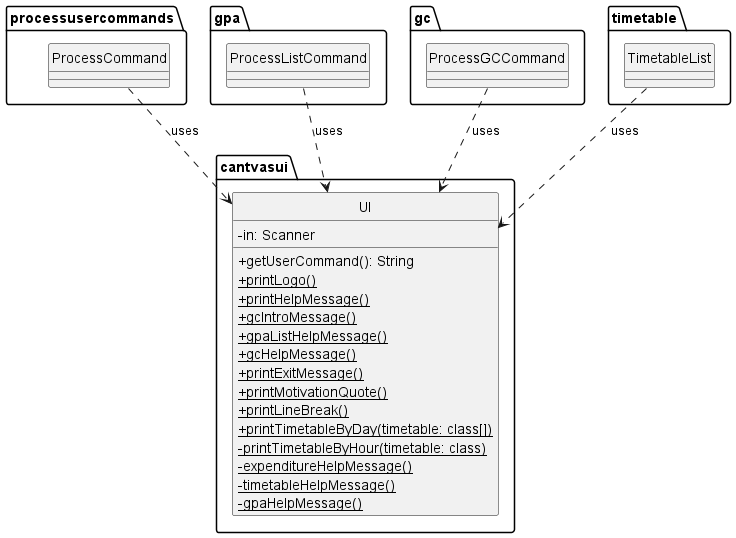
nyh3/tp keeps this PlantUML diagram as docs/diagrams/classdiagram/UICD.png. Above is the earlier version.
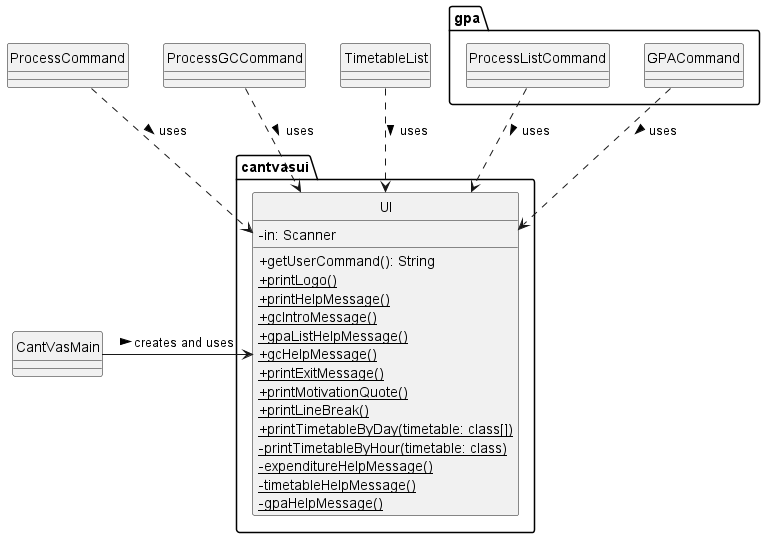
The same diagram one commit later.

Commit message:
Add class diagram for ui and include some explanation

Diff of the diagram source:
```diff
@@ -23,29 +23,33 @@
     }
 }
 
-package processusercommands {
-    class ProcessCommand {
+class CantVasMain {
+}
+
+class ProcessCommand {
+}
+
+package gpa{
+    class ProcessListCommand {
+    }
+
+    class GPACommand {
     }
 }
 
-package gpa {
-    class ProcessListCommand{
-    }
+
+class ProcessGCCommand {
 }
 
-package gc {
-    class ProcessGCCommand{
-    }
+
+class TimetableList {
 }
 
-package timetable {
-    class TimetableList {
-    }
-}
-
-ProcessCommand ..> UI: uses
-ProcessListCommand ..> UI: uses
-ProcessGCCommand ..> UI: uses
-TimetableList ..> UI: uses
+CantVasMain -> UI: creates and uses >
+ProcessCommand ..> UI: uses >
+ProcessListCommand ..> UI: uses >
+ProcessGCCommand ..> UI: uses >
+GPACommand ..> UI: uses >
+TimetableList ..> UI: uses >
 
 @enduml
```
